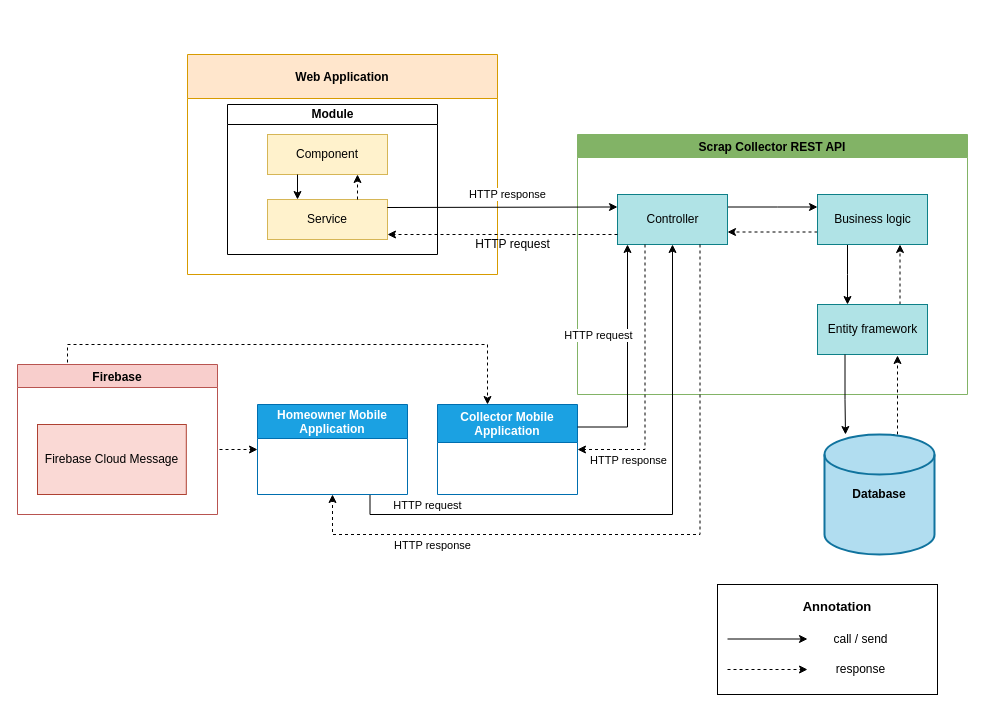
The draw.io diagram Document/Diagram/Architectural Design.drawio in datndse63093/Capstone_JS_Spring2020_FE_Doc, before the edit. Source tidied: cells renumbered, new cells numbered last; positions are measured from the earlier drawing's top-left corner, leaving out a move shared by most shapes. Both pictures are drawn from the tidied source at 100%, with x=0, y=0 at pixel (17, 54).
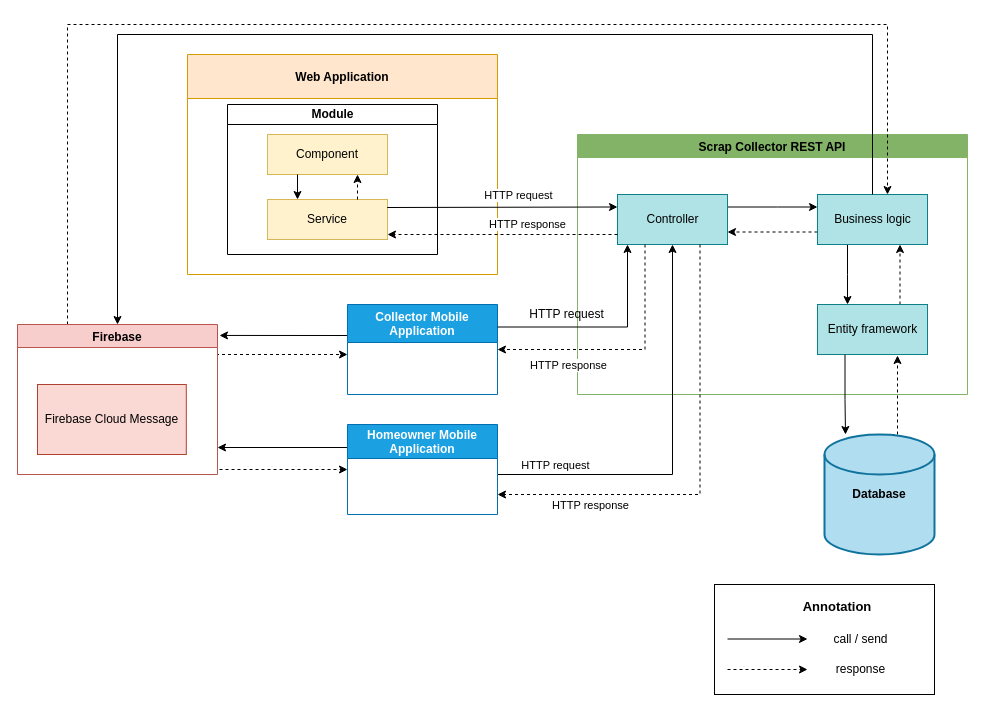
The same page after the edit.

Unchanged cells that the change refers to:
```xml
<mxCell id="6" value="Controller" style="html=1;strokeColor=#0e8088;fillColor=#b0e3e6;" parent="4" vertex="1">
  <mxGeometry x="40" y="60" width="110" height="50" as="geometry" />
</mxCell>
<mxCell id="9" value="Business logic" style="html=1;strokeColor=#0e8088;fillColor=#b0e3e6;" parent="4" vertex="1">
  <mxGeometry x="240" y="60" width="110" height="50" as="geometry" />
</mxCell>
<mxCell id="18" value="Service" style="rounded=0;whiteSpace=wrap;html=1;fillColor=#fff2cc;strokeColor=#d6b656;" parent="17" vertex="1">
  <mxGeometry x="40" y="95" width="120" height="40" as="geometry" />
</mxCell>
```

The edit, as a diff of the source:
```diff
@@
-    <mxCell id="12" style="edgeStyle=orthogonalEdgeStyle;rounded=0;jettySize=auto;html=1;exitX=0.75;exitY=0;exitDx=0;exitDy=0;dashed=1;" parent="1" edge="1" source="14" target="35">
+    <mxCell id="12" style="edgeStyle=orthogonalEdgeStyle;rounded=0;jettySize=auto;html=1;exitX=1;exitY=0.25;exitDx=0;exitDy=0;dashed=1;" parent="1" edge="1" source="14" target="35">
       <mxGeometry relative="1" as="geometry">
         <Array as="points">
-          <mxPoint x="50" y="310" />
-          <mxPoint x="50" y="290" />
-          <mxPoint x="470" y="290" />
+          <mxPoint x="200" y="300" />
         </Array>
       </mxGeometry>
     </mxCell>
     <mxCell id="13" style="edgeStyle=orthogonalEdgeStyle;rounded=0;jettySize=auto;html=1;exitX=1;exitY=0.5;exitDx=0;exitDy=0;entryX=0;entryY=0.5;entryDx=0;entryDy=0;dashed=1;" parent="1" edge="1" source="14" target="34">
       <mxGeometry relative="1" as="geometry">
         <Array as="points">
-          <mxPoint x="200" y="395" />
+          <mxPoint x="200" y="415" />
         </Array>
       </mxGeometry>
     </mxCell>
+    <mxCell id="44" style="edgeStyle=orthogonalEdgeStyle;rounded=0;jettySize=auto;html=1;exitX=0.25;exitY=0;exitDx=0;exitDy=0;dashed=1;" parent="1" edge="1" source="14" target="9">
+      <mxGeometry relative="1" as="geometry">
+        <Array as="points">
+          <mxPoint x="50" y="-30" />
+          <mxPoint x="870" y="-30" />
+        </Array>
+      </mxGeometry>
+    </mxCell>
     <mxCell id="14" value="Firebase" style="swimlane;fillColor=#f8cecc;strokeColor=#b85450;" parent="1" vertex="1">
-      <mxGeometry y="310" width="200" height="150" as="geometry" />
+      <mxGeometry y="270" width="200" height="150" as="geometry" />
     </mxCell>
@@
     <mxCell id="25" value="HTTP response" style="edgeStyle=orthogonalEdgeStyle;rounded=0;jettySize=auto;html=1;fontFamily=Helvetica;align=center;dashed=1;entryX=1;entryY=0.875;entryDx=0;entryDy=0;entryPerimeter=0;" parent="1" edge="1" source="6" target="18">
-      <mxGeometry x="0.39" y="-64" relative="1" as="geometry">
+      <mxGeometry x="0.39" y="-71" relative="1" as="geometry">
         <Array as="points">
           <mxPoint x="440" y="180" />
           <mxPoint x="440" y="180" />
         </Array>
-        <mxPoint x="50" y="24" as="offset" />
+        <mxPoint x="70" y="61" as="offset" />
       </mxGeometry>
     </mxCell>
-    <mxCell id="26" style="rounded=0;whiteSpace=wrap;html=1;fontColor=none;" parent="1" vertex="1">
-      <mxGeometry x="700" y="530" width="220" height="110" as="geometry" />
-    </mxCell>
-    <mxCell id="27" value="&lt;div style=&quot;font-size: 13px&quot;&gt;&lt;font style=&quot;font-size: 13px&quot;&gt;&lt;b&gt;Annotation&lt;/b&gt;&lt;/font&gt;&lt;/div&gt;&lt;div style=&quot;font-size: 13px&quot;&gt;&lt;font style=&quot;font-size: 13px&quot;&gt;&lt;b&gt;&lt;br&gt;&lt;/b&gt;&lt;/font&gt;&lt;/div&gt;" style="text;html=1;strokeColor=none;fillColor=none;align=center;verticalAlign=middle;whiteSpace=wrap;rounded=0;fontColor=none;" parent="1" vertex="1">
-      <mxGeometry x="800" y="550" width="40" height="20" as="geometry" />
-    </mxCell>
-    <mxCell id="28" style="endArrow=classic;html=1;fontColor=none;" parent="1" edge="1">
-      <mxGeometry relative="1" as="geometry">
-        <mxPoint x="710" y="584.5" as="sourcePoint" />
-        <mxPoint x="790" y="584.5" as="targetPoint" />
-      </mxGeometry>
-    </mxCell>
-    <mxCell id="29" style="endArrow=classic;html=1;fontColor=none;dashed=1;" parent="1" edge="1">
-      <mxGeometry relative="1" as="geometry">
-        <mxPoint x="710" y="615" as="sourcePoint" />
-        <mxPoint x="790" y="615" as="targetPoint" />
-      </mxGeometry>
-    </mxCell>
-    <mxCell id="30" value="call / send" style="text;html=1;strokeColor=none;fillColor=none;align=center;verticalAlign=middle;whiteSpace=wrap;rounded=0;fontColor=none;" parent="1" vertex="1">
-      <mxGeometry x="807" y="575" width="73" height="20" as="geometry" />
-    </mxCell>
-    <mxCell id="31" value="response" style="text;html=1;strokeColor=none;fillColor=none;align=center;verticalAlign=middle;whiteSpace=wrap;rounded=0;fontColor=none;" parent="1" vertex="1">
-      <mxGeometry x="807" y="605" width="73" height="20" as="geometry" />
-    </mxCell>
-    <mxCell id="32" style="edgeStyle=orthogonalEdgeStyle;rounded=0;jettySize=auto;html=1;exitX=0.75;exitY=1;exitDx=0;exitDy=0;entryX=0.5;entryY=1;entryDx=0;entryDy=0;" parent="1" edge="1" source="34" target="6">
-      <mxGeometry relative="1" as="geometry" />
+    <mxCell id="32" style="edgeStyle=orthogonalEdgeStyle;rounded=0;jettySize=auto;html=1;entryX=0.5;entryY=1;entryDx=0;entryDy=0;" parent="1" edge="1" target="6">
+      <mxGeometry relative="1" as="geometry">
+        <mxPoint x="480" y="420" as="sourcePoint" />
+        <Array as="points">
+          <mxPoint x="480" y="420" />
+          <mxPoint x="655" y="420" />
+        </Array>
+      </mxGeometry>
     </mxCell>
@@
+    <mxCell id="45" style="edgeStyle=orthogonalEdgeStyle;rounded=0;jettySize=auto;html=1;exitX=0;exitY=0.25;exitDx=0;exitDy=0;" parent="1" edge="1" source="34">
+      <mxGeometry relative="1" as="geometry">
+        <mxPoint x="200" y="393" as="targetPoint" />
+        <Array as="points">
+          <mxPoint x="200" y="393" />
+        </Array>
+      </mxGeometry>
+    </mxCell>
     <mxCell id="34" value="Homeowner Mobile&#10; Application " style="swimlane;fillColor=#1ba1e2;strokeColor=#006EAF;startSize=34;fontColor=#ffffff;" parent="1" vertex="1">
-      <mxGeometry x="240" y="350" width="150" height="90" as="geometry" />
+      <mxGeometry x="330" y="370" width="150" height="90" as="geometry" />
     </mxCell>
+    <mxCell id="46" style="edgeStyle=orthogonalEdgeStyle;rounded=0;jettySize=auto;html=1;exitX=0;exitY=0.25;exitDx=0;exitDy=0;entryX=1.01;entryY=0.073;entryDx=0;entryDy=0;entryPerimeter=0;" parent="1" edge="1" source="35" target="14">
+      <mxGeometry relative="1" as="geometry">
+        <Array as="points">
+          <mxPoint x="330" y="281" />
+        </Array>
+      </mxGeometry>
+    </mxCell>
     <mxCell id="35" value="Collector Mobile &#10;Application " style="swimlane;fillColor=#1ba1e2;strokeColor=#006EAF;startSize=38;fontColor=#ffffff;" parent="1" vertex="1">
-      <mxGeometry x="420" y="350" width="140" height="90" as="geometry" />
+      <mxGeometry x="330" y="250" width="150" height="90" as="geometry" />
     </mxCell>
@@
     <mxCell id="37" style="endArrow=classic;html=1;exitX=1;exitY=0.25;exitDx=0;exitDy=0;edgeStyle=orthogonalEdgeStyle;rounded=0;" parent="1" edge="1" source="35">
       <mxGeometry relative="1" as="geometry">
         <mxPoint x="610" y="190" as="targetPoint" />
         <Array as="points">
-          <mxPoint x="610" y="373" />
-          <mxPoint x="610" y="190" />
+          <mxPoint x="610" y="273" />
         </Array>
       </mxGeometry>
     </mxCell>
     <mxCell id="38" value="HTTP request" style="edgeLabel;html=1;align=center;verticalAlign=middle;" parent="37" vertex="1">
       <mxGeometry x="-0.57" y="32" relative="1" as="geometry">
-        <mxPoint x="2" y="-92.5" as="offset" />
+        <mxPoint x="-26" y="-100.5" as="offset" />
       </mxGeometry>
     </mxCell>
     <mxCell id="39" style="edgeStyle=orthogonalEdgeStyle;rounded=0;jettySize=auto;html=1;exitX=0.25;exitY=1;exitDx=0;exitDy=0;entryX=1;entryY=0.5;entryDx=0;entryDy=0;dashed=1;" parent="1" edge="1" source="6" target="35">
-      <mxGeometry relative="1" as="geometry" />
+      <mxGeometry relative="1" as="geometry">
+        <Array as="points">
+          <mxPoint x="628" y="295" />
+        </Array>
+      </mxGeometry>
     </mxCell>
     <mxCell id="40" value="&lt;div&gt;HTTP response&lt;/div&gt;" style="edgeLabel;html=1;align=center;verticalAlign=middle;" parent="39" vertex="1">
       <mxGeometry x="0.04" y="2" relative="1" as="geometry">
-        <mxPoint x="-19.5" y="73" as="offset" />
+        <mxPoint x="-51.5" y="13" as="offset" />
       </mxGeometry>
     </mxCell>
-    <mxCell id="41" style="edgeStyle=orthogonalEdgeStyle;rounded=0;jettySize=auto;html=1;exitX=0.75;exitY=1;exitDx=0;exitDy=0;entryX=0.5;entryY=1;entryDx=0;entryDy=0;dashed=1;" parent="1" edge="1" source="6" target="34">
+    <mxCell id="41" style="edgeStyle=orthogonalEdgeStyle;rounded=0;jettySize=auto;html=1;exitX=0.75;exitY=1;exitDx=0;exitDy=0;dashed=1;" parent="1" edge="1" source="6">
       <mxGeometry relative="1" as="geometry">
+        <mxPoint x="480" y="440" as="targetPoint" />
         <Array as="points">
-          <mxPoint x="683" y="480" />
-          <mxPoint x="315" y="480" />
+          <mxPoint x="683" y="440" />
+          <mxPoint x="480" y="440" />
         </Array>
       </mxGeometry>
     </mxCell>
@@
     <mxCell id="43" value="HTTP request" style="text;html=1;align=center;verticalAlign=middle;" parent="1" vertex="1">
-      <mxGeometry x="450" y="180" width="90" height="20" as="geometry" />
+      <mxGeometry x="504" y="250" width="90" height="20" as="geometry" />
     </mxCell>
+    <mxCell id="47" style="group;" parent="1" vertex="1">
+      <mxGeometry x="697" y="530" width="220" height="110" as="geometry" />
+    </mxCell>
+    <mxCell id="26" style="rounded=0;whiteSpace=wrap;html=1;fontColor=none;" parent="47" vertex="1">
+      <mxGeometry width="220" height="110" as="geometry" />
+    </mxCell>
+    <mxCell id="27" value="&lt;div style=&quot;font-size: 13px&quot;&gt;&lt;font style=&quot;font-size: 13px&quot;&gt;&lt;b&gt;Annotation&lt;/b&gt;&lt;/font&gt;&lt;/div&gt;&lt;div style=&quot;font-size: 13px&quot;&gt;&lt;font style=&quot;font-size: 13px&quot;&gt;&lt;b&gt;&lt;br&gt;&lt;/b&gt;&lt;/font&gt;&lt;/div&gt;" style="text;html=1;strokeColor=none;fillColor=none;align=center;verticalAlign=middle;whiteSpace=wrap;rounded=0;fontColor=none;" parent="47" vertex="1">
+      <mxGeometry x="103" y="20" width="40" height="20" as="geometry" />
+    </mxCell>
+    <mxCell id="28" style="endArrow=classic;html=1;fontColor=none;" parent="47" edge="1">
+      <mxGeometry relative="1" as="geometry">
+        <mxPoint x="13" y="54.5" as="sourcePoint" />
+        <mxPoint x="93" y="54.5" as="targetPoint" />
+      </mxGeometry>
+    </mxCell>
+    <mxCell id="29" style="endArrow=classic;html=1;fontColor=none;dashed=1;" parent="47" edge="1">
+      <mxGeometry relative="1" as="geometry">
+        <mxPoint x="13" y="85" as="sourcePoint" />
+        <mxPoint x="93" y="85" as="targetPoint" />
+      </mxGeometry>
+    </mxCell>
+    <mxCell id="30" value="call / send" style="text;html=1;strokeColor=none;fillColor=none;align=center;verticalAlign=middle;whiteSpace=wrap;rounded=0;fontColor=none;" parent="47" vertex="1">
+      <mxGeometry x="110" y="45" width="73" height="20" as="geometry" />
+    </mxCell>
+    <mxCell id="31" value="response" style="text;html=1;strokeColor=none;fillColor=none;align=center;verticalAlign=middle;whiteSpace=wrap;rounded=0;fontColor=none;" parent="47" vertex="1">
+      <mxGeometry x="110" y="75" width="73" height="20" as="geometry" />
+    </mxCell>
+    <mxCell id="48" style="edgeStyle=orthogonalEdgeStyle;rounded=0;jettySize=auto;html=1;exitX=0.5;exitY=0;exitDx=0;exitDy=0;" parent="1" edge="1" source="9" target="14">
+      <mxGeometry relative="1" as="geometry">
+        <Array as="points">
+          <mxPoint x="855" y="-20" />
+          <mxPoint x="100" y="-20" />
+        </Array>
+      </mxGeometry>
+    </mxCell>
```
